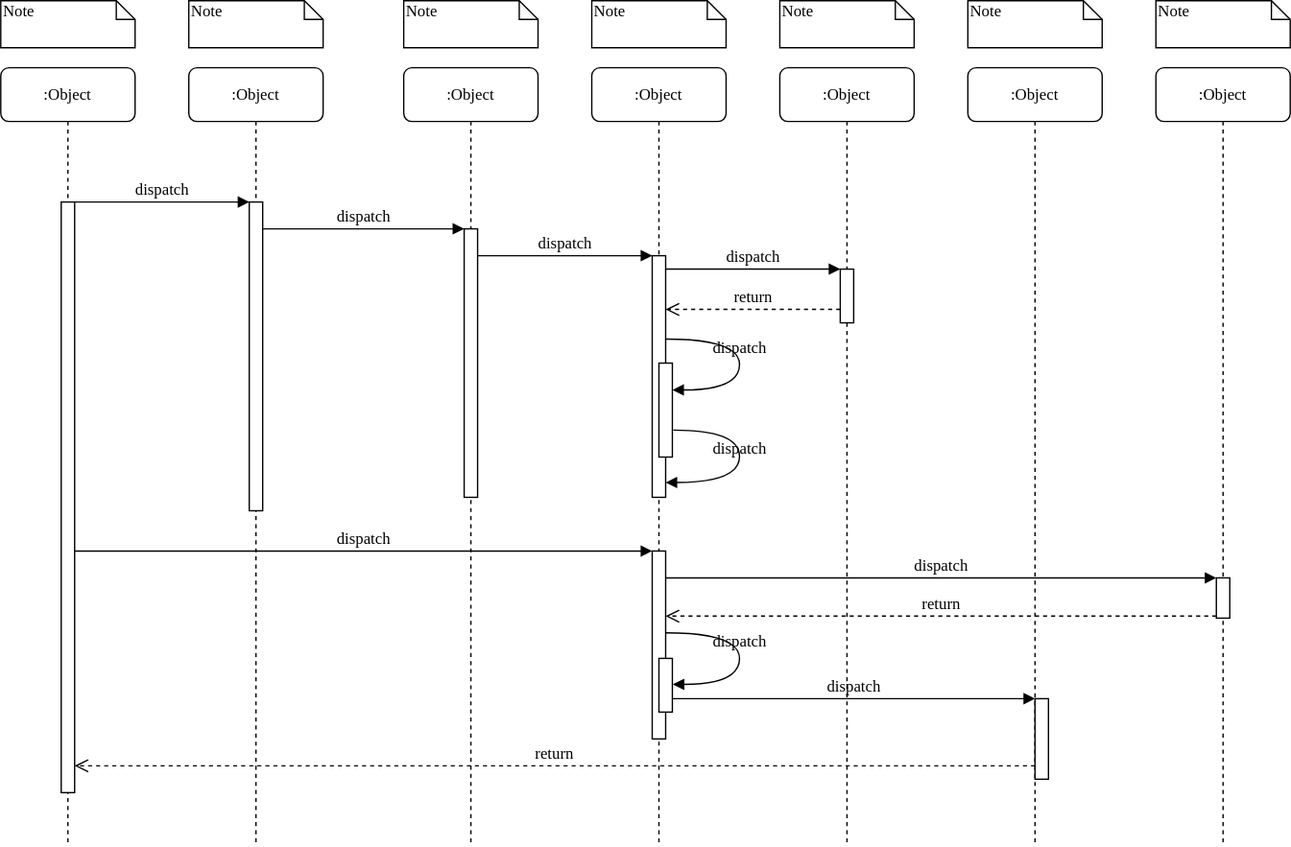
Before: SavePasswordFlow.svg, a diagram exported from draw.io (sundarvc/sequence-diagrams). Source tidied: cells renumbered, new cells last; positions are measured from the earlier drawing's top-left corner, leaving out a move shared by most shapes.
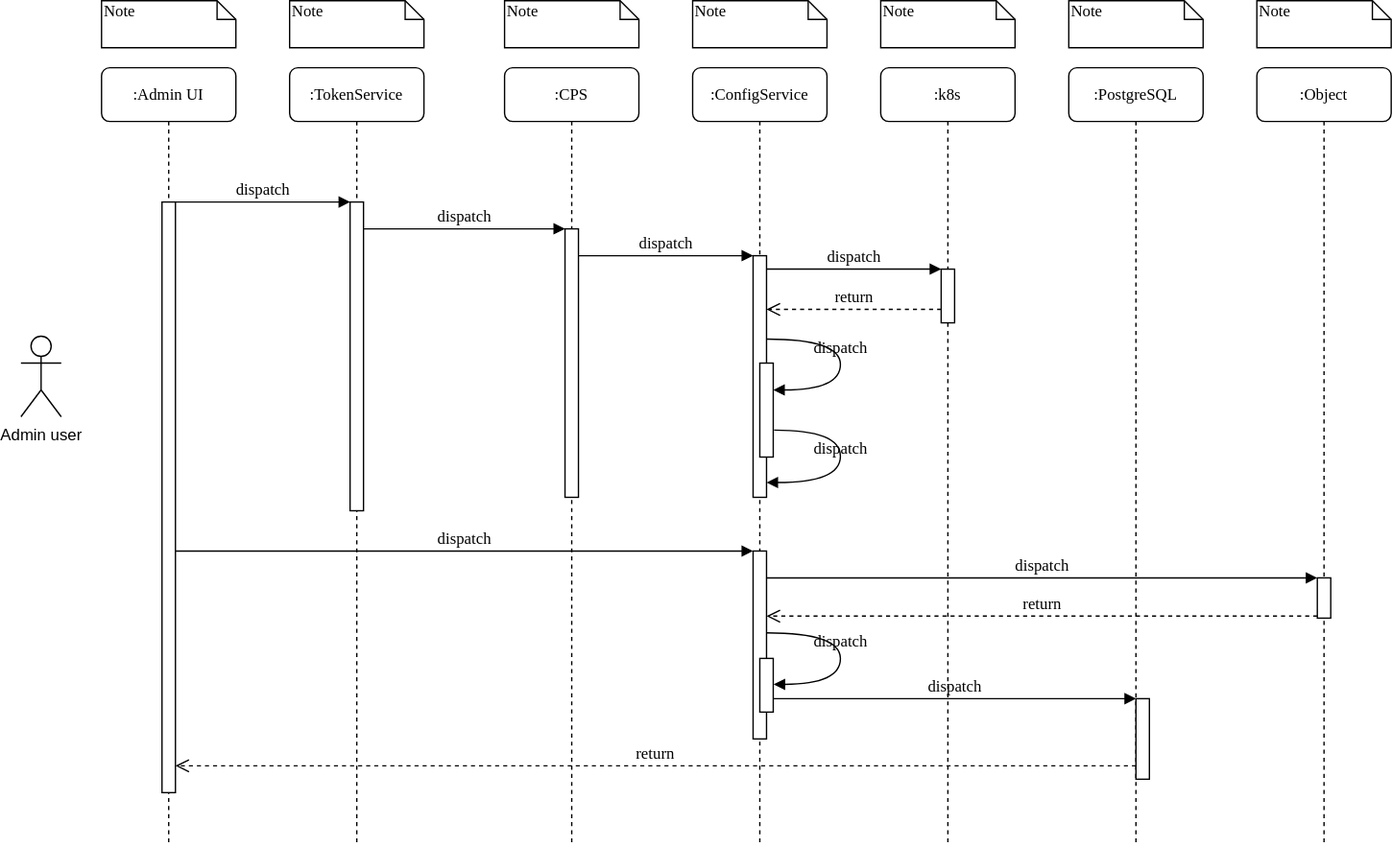
Above is the later version.

The edit, as a diff of the source:
```diff
@@ -2,31 +2,31 @@
   <root>
     <mxCell id="0" />
     <mxCell id="1" parent="0" />
-    <mxCell id="2" value=":Object" style="shape=umlLifeline;perimeter=lifelinePerimeter;whiteSpace=wrap;html=1;rounded=1;shadow=0;comic=0;labelBackgroundColor=none;strokeWidth=1;fontFamily=Verdana;fontSize=12;align=center;" parent="1" vertex="1">
+    <mxCell id="2" value=":TokenService" style="shape=umlLifeline;perimeter=lifelinePerimeter;whiteSpace=wrap;html=1;rounded=1;shadow=0;comic=0;labelBackgroundColor=none;strokeWidth=1;fontFamily=Verdana;fontSize=12;align=center;" parent="1" vertex="1">
       <mxGeometry x="140" y="50" width="100" height="580" as="geometry" />
     </mxCell>
     <mxCell id="3" style="html=1;points=[];perimeter=orthogonalPerimeter;rounded=0;shadow=0;comic=0;labelBackgroundColor=none;strokeWidth=1;fontFamily=Verdana;fontSize=12;align=center;" parent="2" vertex="1">
       <mxGeometry x="45" y="100" width="10" height="230" as="geometry" />
     </mxCell>
-    <mxCell id="4" value=":Object" style="shape=umlLifeline;perimeter=lifelinePerimeter;whiteSpace=wrap;html=1;rounded=1;shadow=0;comic=0;labelBackgroundColor=none;strokeWidth=1;fontFamily=Verdana;fontSize=12;align=center;" parent="1" vertex="1">
+    <mxCell id="4" value=":CPS" style="shape=umlLifeline;perimeter=lifelinePerimeter;whiteSpace=wrap;html=1;rounded=1;shadow=0;comic=0;labelBackgroundColor=none;strokeWidth=1;fontFamily=Verdana;fontSize=12;align=center;" parent="1" vertex="1">
       <mxGeometry x="300" y="50" width="100" height="580" as="geometry" />
     </mxCell>
     <mxCell id="5" style="html=1;points=[];perimeter=orthogonalPerimeter;rounded=0;shadow=0;comic=0;labelBackgroundColor=none;strokeWidth=1;fontFamily=Verdana;fontSize=12;align=center;" parent="4" vertex="1">
       <mxGeometry x="45" y="120" width="10" height="200" as="geometry" />
     </mxCell>
-    <mxCell id="6" value=":Object" style="shape=umlLifeline;perimeter=lifelinePerimeter;whiteSpace=wrap;html=1;rounded=1;shadow=0;comic=0;labelBackgroundColor=none;strokeWidth=1;fontFamily=Verdana;fontSize=12;align=center;" parent="1" vertex="1">
+    <mxCell id="6" value=":ConfigService" style="shape=umlLifeline;perimeter=lifelinePerimeter;whiteSpace=wrap;html=1;rounded=1;shadow=0;comic=0;labelBackgroundColor=none;strokeWidth=1;fontFamily=Verdana;fontSize=12;align=center;" parent="1" vertex="1">
       <mxGeometry x="440" y="50" width="100" height="580" as="geometry" />
     </mxCell>
-    <mxCell id="7" value=":Object" style="shape=umlLifeline;perimeter=lifelinePerimeter;whiteSpace=wrap;html=1;rounded=1;shadow=0;comic=0;labelBackgroundColor=none;strokeWidth=1;fontFamily=Verdana;fontSize=12;align=center;" parent="1" vertex="1">
+    <mxCell id="7" value=":k8s" style="shape=umlLifeline;perimeter=lifelinePerimeter;whiteSpace=wrap;html=1;rounded=1;shadow=0;comic=0;labelBackgroundColor=none;strokeWidth=1;fontFamily=Verdana;fontSize=12;align=center;" parent="1" vertex="1">
       <mxGeometry x="580" y="50" width="100" height="580" as="geometry" />
     </mxCell>
-    <mxCell id="8" value=":Object" style="shape=umlLifeline;perimeter=lifelinePerimeter;whiteSpace=wrap;html=1;rounded=1;shadow=0;comic=0;labelBackgroundColor=none;strokeWidth=1;fontFamily=Verdana;fontSize=12;align=center;" parent="1" vertex="1">
+    <mxCell id="8" value=":PostgreSQL" style="shape=umlLifeline;perimeter=lifelinePerimeter;whiteSpace=wrap;html=1;rounded=1;shadow=0;comic=0;labelBackgroundColor=none;strokeWidth=1;fontFamily=Verdana;fontSize=12;align=center;" parent="1" vertex="1">
       <mxGeometry x="720" y="50" width="100" height="580" as="geometry" />
     </mxCell>
     <mxCell id="9" value=":Object" style="shape=umlLifeline;perimeter=lifelinePerimeter;whiteSpace=wrap;html=1;rounded=1;shadow=0;comic=0;labelBackgroundColor=none;strokeWidth=1;fontFamily=Verdana;fontSize=12;align=center;" parent="1" vertex="1">
       <mxGeometry x="860" y="50" width="100" height="580" as="geometry" />
     </mxCell>
-    <mxCell id="10" value=":Object" style="shape=umlLifeline;perimeter=lifelinePerimeter;whiteSpace=wrap;html=1;rounded=1;shadow=0;comic=0;labelBackgroundColor=none;strokeWidth=1;fontFamily=Verdana;fontSize=12;align=center;" parent="1" vertex="1">
+    <mxCell id="10" value=":Admin UI" style="shape=umlLifeline;perimeter=lifelinePerimeter;whiteSpace=wrap;html=1;rounded=1;shadow=0;comic=0;labelBackgroundColor=none;strokeWidth=1;fontFamily=Verdana;fontSize=12;align=center;" parent="1" vertex="1">
       <mxGeometry y="50" width="100" height="580" as="geometry" />
     </mxCell>
     <mxCell id="11" style="html=1;points=[];perimeter=orthogonalPerimeter;rounded=0;shadow=0;comic=0;labelBackgroundColor=none;strokeWidth=1;fontFamily=Verdana;fontSize=12;align=center;" parent="10" vertex="1">
@@ -144,5 +144,8 @@
     <mxCell id="38" value="Note" style="shape=note;whiteSpace=wrap;html=1;size=14;verticalAlign=top;align=left;spacingTop=-6;rounded=0;shadow=0;comic=0;labelBackgroundColor=none;strokeWidth=1;fontFamily=Verdana;fontSize=12;" parent="1" vertex="1">
       <mxGeometry x="860" width="100" height="35" as="geometry" />
     </mxCell>
+    <mxCell id="39" value="Admin user" style="shape=umlActor;verticalLabelPosition=bottom;verticalAlign=top;html=1;" parent="1" vertex="1">
+      <mxGeometry x="-60" y="250" width="30" height="60" as="geometry" />
+    </mxCell>
   </root>
 </mxGraphModel>
```
